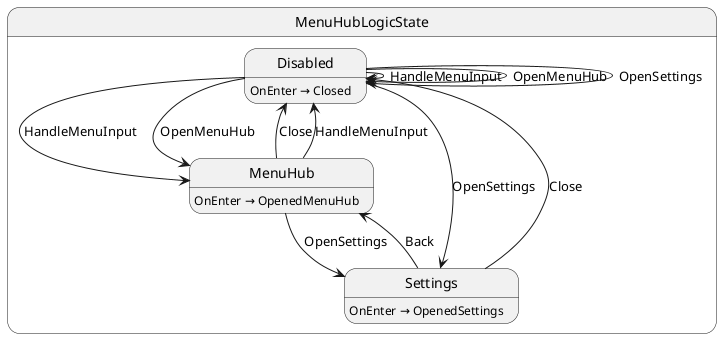
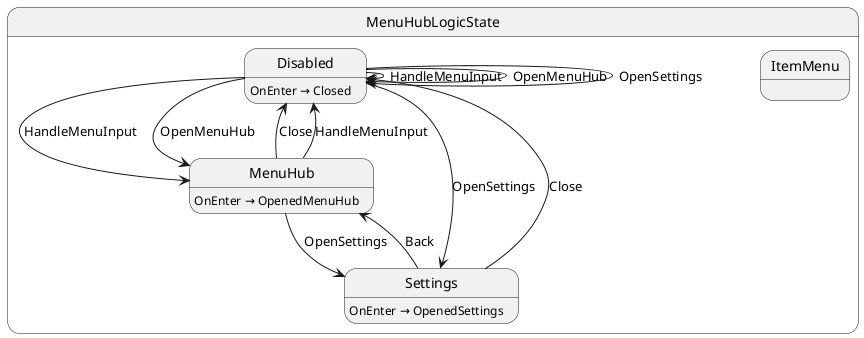
@startuml MenuHubLogicState
state "MenuHubLogicState" as Labyrinth_MenuHubLogicState {
  state "Disabled" as Labyrinth_MenuHubLogicState_Disabled
+   state "ItemMenu" as Labyrinth_MenuHubLogicState_ItemMenu
  state "MenuHub" as Labyrinth_MenuHubLogicState_MenuHub
  state "Settings" as Labyrinth_MenuHubLogicState_Settings
}

Labyrinth_MenuHubLogicState_Disabled --> Labyrinth_MenuHubLogicState_Disabled : HandleMenuInput
Labyrinth_MenuHubLogicState_Disabled --> Labyrinth_MenuHubLogicState_Disabled : OpenMenuHub
Labyrinth_MenuHubLogicState_Disabled --> Labyrinth_MenuHubLogicState_Disabled : OpenSettings
Labyrinth_MenuHubLogicState_Disabled --> Labyrinth_MenuHubLogicState_MenuHub : HandleMenuInput
Labyrinth_MenuHubLogicState_Disabled --> Labyrinth_MenuHubLogicState_MenuHub : OpenMenuHub
Labyrinth_MenuHubLogicState_Disabled --> Labyrinth_MenuHubLogicState_Settings : OpenSettings
Labyrinth_MenuHubLogicState_MenuHub --> Labyrinth_MenuHubLogicState_Disabled : Close
Labyrinth_MenuHubLogicState_MenuHub --> Labyrinth_MenuHubLogicState_Disabled : HandleMenuInput
Labyrinth_MenuHubLogicState_MenuHub --> Labyrinth_MenuHubLogicState_Settings : OpenSettings
Labyrinth_MenuHubLogicState_Settings --> Labyrinth_MenuHubLogicState_Disabled : Close
Labyrinth_MenuHubLogicState_Settings --> Labyrinth_MenuHubLogicState_MenuHub : Back

Labyrinth_MenuHubLogicState_Disabled : OnEnter → Closed
Labyrinth_MenuHubLogicState_MenuHub : OnEnter → OpenedMenuHub
Labyrinth_MenuHubLogicState_Settings : OnEnter → OpenedSettings
@enduml